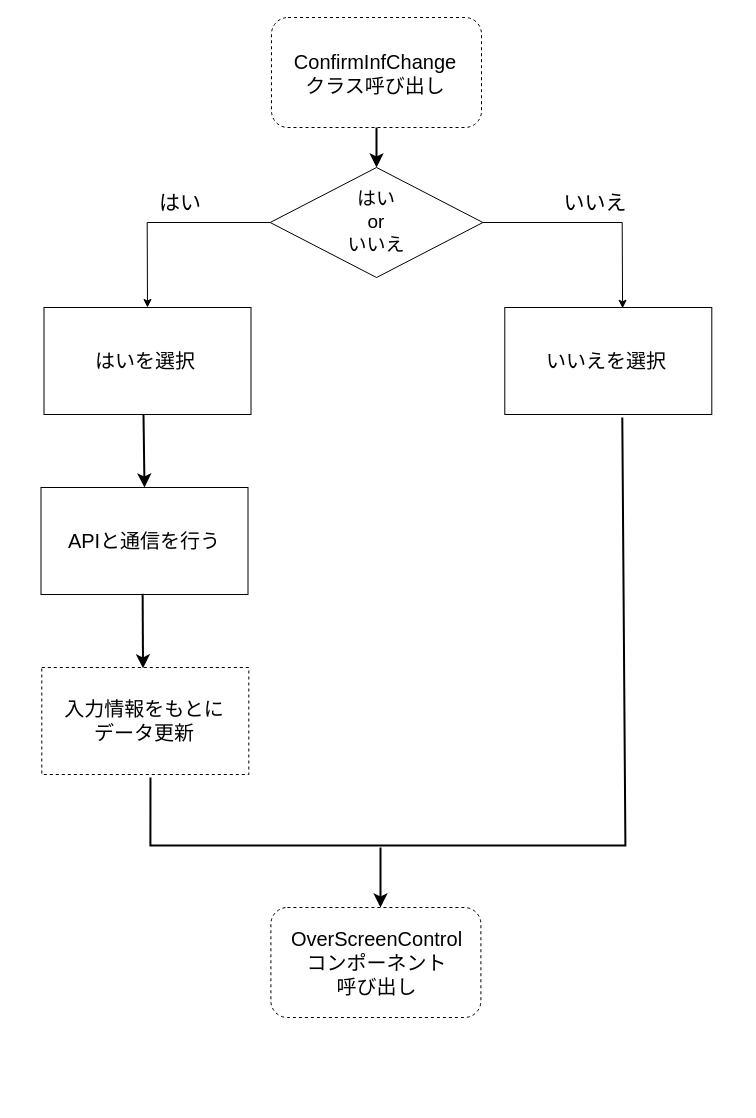
This is 内部設計書/drawio_状態遷移図/common/ConfirmInfChange.drawio from RENMORITAA/software-engineering, a draw.io file, before an edit. Source tidied: cells renumbered, new cells numbered last; positions are measured from the earlier drawing's top-left corner, leaving out a move shared by most shapes. Both pictures are drawn from the tidied source at 100%, with x=0, y=0 at pixel (19, 17).
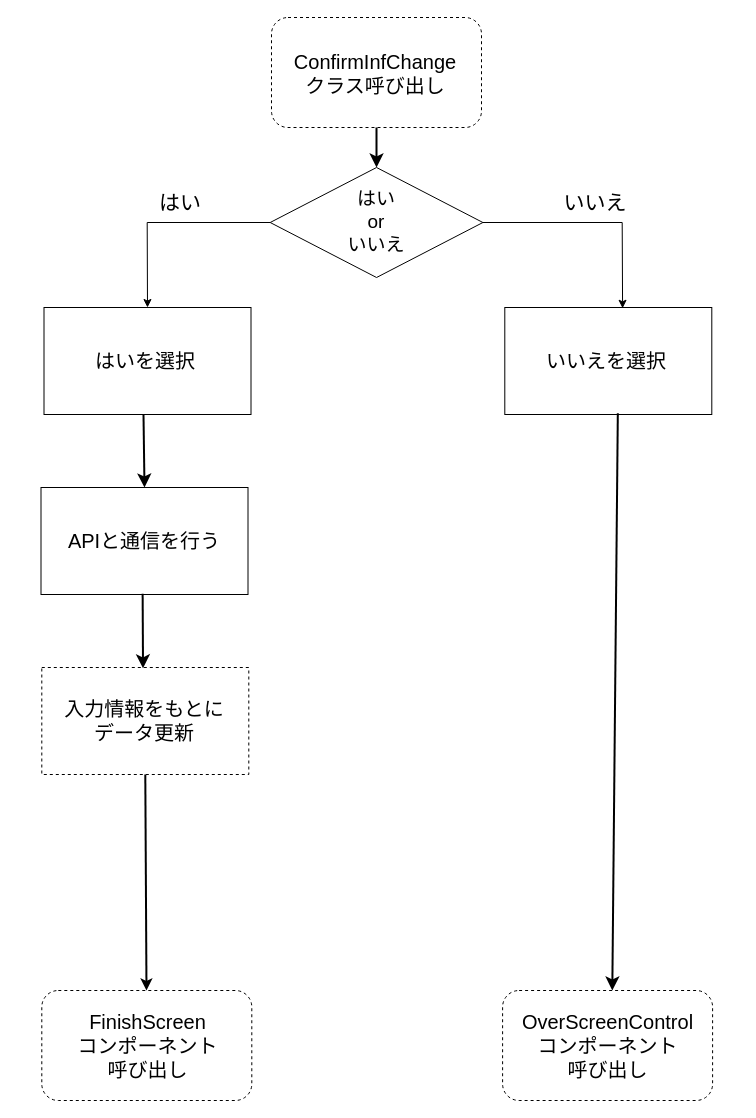
Above is the later version.

Commit message:
変更確定drawio修正

Unchanged cells that the change refers to:
```xml
<mxCell id="15" style="rounded=0;whiteSpace=wrap;html=1;dashed=1;" parent="1" vertex="1">
  <mxGeometry x="22.3" y="650" width="207" height="107" as="geometry" />
</mxCell>
<mxCell id="18" style="rounded=0;whiteSpace=wrap;html=1;" parent="1" vertex="1">
  <mxGeometry x="485.3" y="290" width="207" height="107" as="geometry" />
</mxCell>
```

Diff of the diagram source:
```diff
@@
     <mxCell id="22" style="rounded=1;whiteSpace=wrap;html=1;dashed=1;" parent="1" vertex="1">
-      <mxGeometry x="251.4" y="890" width="210" height="110" as="geometry" />
+      <mxGeometry x="483.1" y="973" width="210" height="110" as="geometry" />
     </mxCell>
     <mxCell id="23" value="&lt;font style=&quot;font-size: 20px;&quot;&gt;OverScreenControl&lt;br&gt;コンポーネント&lt;br&gt;呼び出し&lt;/font&gt;" style="text;html=1;whiteSpace=wrap;strokeColor=none;fillColor=none;align=center;verticalAlign=middle;rounded=0;" parent="1" vertex="1">
-      <mxGeometry x="226.6" y="935.6" width="260.9" height="18.7" as="geometry" />
+      <mxGeometry x="458.3" y="1018.6" width="260.9" height="18.7" as="geometry" />
     </mxCell>
-    <mxCell id="24" style="endArrow=none;html=1;rounded=0;strokeWidth=2;exitX=0.525;exitY=1.028;exitDx=0;exitDy=0;entryX=0.544;entryY=0.981;entryDx=0;entryDy=0;entryPerimeter=0;exitPerimeter=0;" parent="1" edge="1" source="15">
-      <mxGeometry relative="1" as="geometry">
-        <mxPoint x="602.8" y="400" as="targetPoint" />
-        <Array as="points">
-          <mxPoint x="130.9" y="828" />
-          <mxPoint x="605.9" y="828" />
-        </Array>
-      </mxGeometry>
-    </mxCell>
-    <mxCell id="25" style="endArrow=classic;html=1;rounded=0;fontSize=12;startSize=8;endSize=8;curved=1;strokeWidth=2;" parent="1" edge="1">
+    <mxCell id="25" style="endArrow=classic;html=1;rounded=0;fontSize=12;startSize=8;endSize=8;curved=1;strokeWidth=2;exitX=0.546;exitY=0.989;exitDx=0;exitDy=0;exitPerimeter=0;" parent="1" edge="1" source="18">
       <mxGeometry relative="1" as="geometry">
-        <mxPoint x="361" y="830" as="sourcePoint" />
-        <mxPoint x="361" y="890" as="targetPoint" />
+        <mxPoint x="592.8" y="973" as="targetPoint" />
       </mxGeometry>
     </mxCell>
+    <mxCell id="26" style="rounded=1;whiteSpace=wrap;html=1;dashed=1;" parent="1" vertex="1">
+      <mxGeometry x="22.3" y="973" width="210" height="110" as="geometry" />
+    </mxCell>
+    <mxCell id="27" value="&lt;font style=&quot;font-size: 20px;&quot;&gt;FinishScreen&lt;br&gt;コンポーネント&lt;br&gt;呼び出し&lt;/font&gt;" style="text;html=1;whiteSpace=wrap;strokeColor=none;fillColor=none;align=center;verticalAlign=middle;rounded=0;" parent="1" vertex="1">
+      <mxGeometry x="-2.4" y="1018.6" width="260.9" height="18.7" as="geometry" />
+    </mxCell>
+    <mxCell id="28" style="endArrow=classic;html=1;rounded=0;exitX=0.5;exitY=1;exitDx=0;exitDy=0;strokeWidth=2;" parent="1" edge="1" source="15" target="26">
+      <mxGeometry relative="1" as="geometry" />
+    </mxCell>
```
